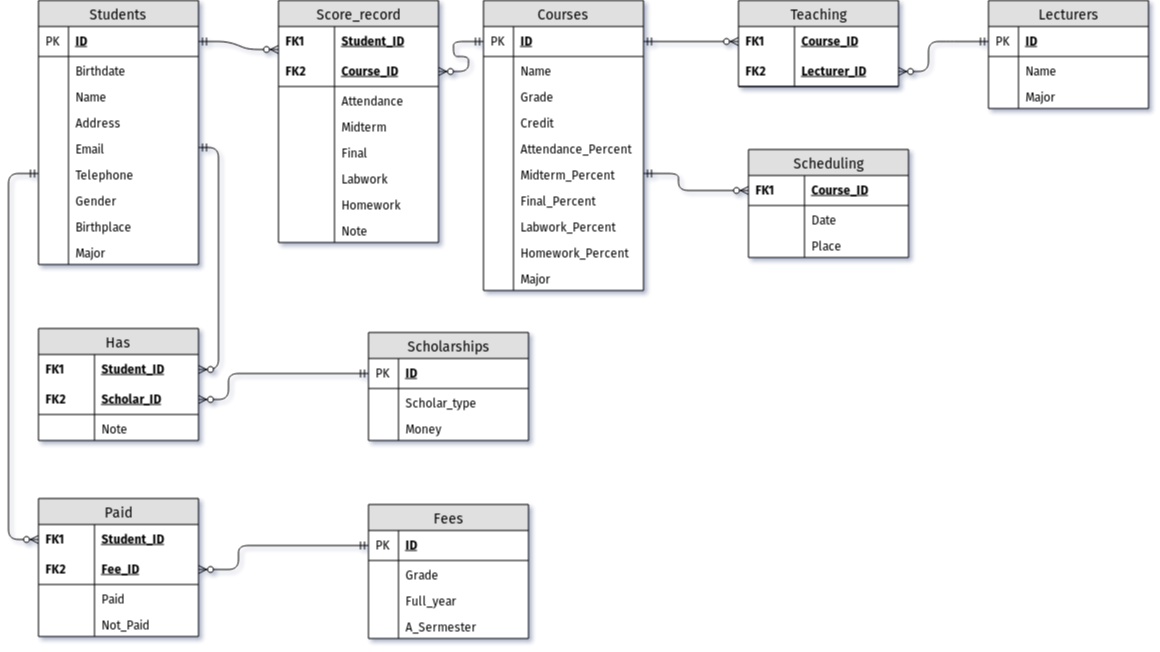
Earlier version of the draw.io export src/Table_diagram.png (larycoder/Database_Project-students_mangement). Source tidied: cells renumbered, new cells last; positions are measured from the earlier drawing's top-left corner, leaving out a move shared by most shapes.
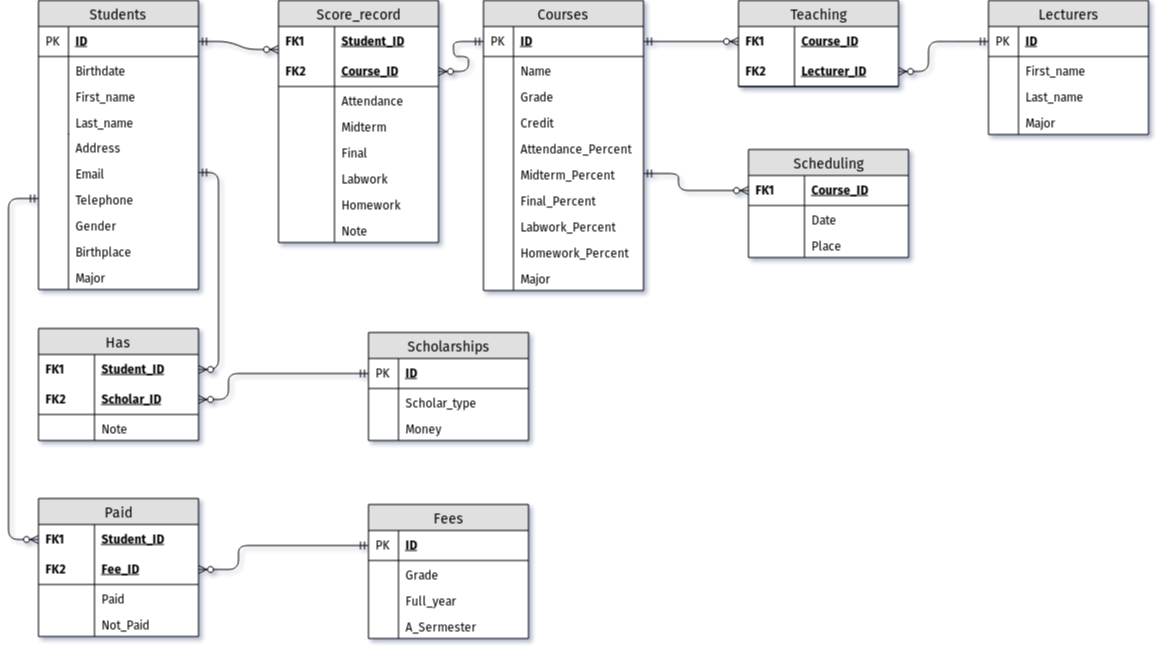
The same file after the commit.

Commit message:
fix name in student and lecturer tables

The edit, as a diff of the source:
```diff
@@ -3,7 +3,7 @@
     <mxCell id="0" />
     <mxCell id="1" parent="0" />
     <mxCell id="2" value="Students" style="swimlane;fontStyle=0;horizontal=1;startSize=26;fillColor=#e0e0e0;swimlaneFillColor=#ffffff;align=center;fontSize=14;" parent="1" vertex="1">
-      <mxGeometry x="30" width="160" height="264" as="geometry" />
+      <mxGeometry x="30" width="160" height="289" as="geometry" />
     </mxCell>
     <mxCell id="3" value="ID" style="shape=partialRectangle;top=0;left=0;right=0;bottom=1;align=left;verticalAlign=middle;fillColor=none;spacingLeft=34;spacingRight=4;overflow=hidden;points=[[0,0.5],[1,0.5]];portConstraint=eastwest;fontStyle=5;fontSize=12;" parent="2" vertex="1">
       <mxGeometry y="26" width="160" height="30" as="geometry" />
@@ -17,44 +17,50 @@
     <mxCell id="6" style="shape=partialRectangle;top=0;left=0;bottom=0;fillColor=none;align=left;verticalAlign=top;spacingLeft=4;spacingRight=4;overflow=hidden;fontSize=12;" parent="5" vertex="1">
       <mxGeometry width="30" height="26" as="geometry" />
     </mxCell>
-    <mxCell id="7" value="Name" style="shape=partialRectangle;top=0;left=0;right=0;bottom=0;align=left;verticalAlign=top;fillColor=none;spacingLeft=34;spacingRight=4;overflow=hidden;fontSize=12;" parent="2" vertex="1">
+    <mxCell id="7" value="First_name" style="shape=partialRectangle;top=0;left=0;right=0;bottom=0;align=left;verticalAlign=top;fillColor=none;spacingLeft=34;spacingRight=4;overflow=hidden;fontSize=12;" parent="2" vertex="1">
       <mxGeometry y="82" width="160" height="26" as="geometry" />
     </mxCell>
     <mxCell id="8" style="shape=partialRectangle;top=0;left=0;bottom=0;fillColor=none;align=left;verticalAlign=top;spacingLeft=4;spacingRight=4;overflow=hidden;fontSize=12;" parent="7" vertex="1">
       <mxGeometry width="30" height="26" as="geometry" />
     </mxCell>
+    <mxCell id="119" value="Last_name" style="shape=partialRectangle;top=0;left=0;right=0;bottom=0;align=left;verticalAlign=top;fillColor=none;spacingLeft=34;spacingRight=4;overflow=hidden;fontSize=12;" parent="2" vertex="1">
+      <mxGeometry y="108" width="160" height="25" as="geometry" />
+    </mxCell>
+    <mxCell id="120" style="shape=partialRectangle;top=0;left=0;bottom=0;fillColor=none;align=left;verticalAlign=top;spacingLeft=4;spacingRight=4;overflow=hidden;fontSize=12;" parent="119" vertex="1">
+      <mxGeometry width="30" height="26" as="geometry" />
+    </mxCell>
     <mxCell id="9" value="Address" style="shape=partialRectangle;top=0;left=0;right=0;bottom=0;align=left;verticalAlign=top;fillColor=none;spacingLeft=34;spacingRight=4;overflow=hidden;fontSize=12;" parent="2" vertex="1">
-      <mxGeometry y="108" width="160" height="26" as="geometry" />
+      <mxGeometry y="133" width="160" height="26" as="geometry" />
     </mxCell>
     <mxCell id="10" style="shape=partialRectangle;top=0;left=0;bottom=0;fillColor=none;align=left;verticalAlign=top;spacingLeft=4;spacingRight=4;overflow=hidden;fontSize=12;" parent="9" vertex="1">
       <mxGeometry width="30" height="26" as="geometry" />
     </mxCell>
     <mxCell id="11" value="Email" style="shape=partialRectangle;top=0;left=0;right=0;bottom=0;align=left;verticalAlign=top;fillColor=none;spacingLeft=34;spacingRight=4;overflow=hidden;points=[[0,0.5],[1,0.5]];portConstraint=eastwest;fontSize=12;" parent="2" vertex="1">
-      <mxGeometry y="134" width="160" height="26" as="geometry" />
+      <mxGeometry y="159" width="160" height="26" as="geometry" />
     </mxCell>
     <mxCell id="12" style="shape=partialRectangle;top=0;left=0;bottom=0;fillColor=none;align=left;verticalAlign=top;spacingLeft=4;spacingRight=4;overflow=hidden;fontSize=12;" parent="11" vertex="1">
       <mxGeometry width="30" height="26" as="geometry" />
     </mxCell>
     <mxCell id="13" value="Telephone" style="shape=partialRectangle;top=0;left=0;right=0;bottom=0;align=left;verticalAlign=top;fillColor=none;spacingLeft=34;spacingRight=4;overflow=hidden;points=[[0,0.5],[1,0.5]];portConstraint=eastwest;fontSize=12;" parent="2" vertex="1">
-      <mxGeometry y="160" width="160" height="26" as="geometry" />
+      <mxGeometry y="185" width="160" height="26" as="geometry" />
     </mxCell>
     <mxCell id="14" style="shape=partialRectangle;top=0;left=0;bottom=0;fillColor=none;align=left;verticalAlign=top;spacingLeft=4;spacingRight=4;overflow=hidden;fontSize=12;" parent="13" vertex="1">
       <mxGeometry width="30" height="26" as="geometry" />
     </mxCell>
     <mxCell id="15" value="Gender" style="shape=partialRectangle;top=0;left=0;right=0;bottom=0;align=left;verticalAlign=top;fillColor=none;spacingLeft=34;spacingRight=4;overflow=hidden;fontSize=12;" parent="2" vertex="1">
-      <mxGeometry y="186" width="160" height="26" as="geometry" />
+      <mxGeometry y="211" width="160" height="26" as="geometry" />
     </mxCell>
     <mxCell id="16" style="shape=partialRectangle;top=0;left=0;bottom=0;fillColor=none;align=left;verticalAlign=top;spacingLeft=4;spacingRight=4;overflow=hidden;fontSize=12;" parent="15" vertex="1">
       <mxGeometry width="30" height="26" as="geometry" />
     </mxCell>
     <mxCell id="17" value="Birthplace" style="shape=partialRectangle;top=0;left=0;right=0;bottom=0;align=left;verticalAlign=top;fillColor=none;spacingLeft=34;spacingRight=4;overflow=hidden;fontSize=12;" parent="2" vertex="1">
-      <mxGeometry y="212" width="160" height="26" as="geometry" />
+      <mxGeometry y="237" width="160" height="26" as="geometry" />
     </mxCell>
     <mxCell id="18" style="shape=partialRectangle;top=0;left=0;bottom=0;fillColor=none;align=left;verticalAlign=top;spacingLeft=4;spacingRight=4;overflow=hidden;fontSize=12;" parent="17" vertex="1">
       <mxGeometry width="30" height="26" as="geometry" />
     </mxCell>
     <mxCell id="19" value="Major" style="shape=partialRectangle;top=0;left=0;right=0;bottom=0;align=left;verticalAlign=top;fillColor=none;spacingLeft=34;spacingRight=4;overflow=hidden;fontSize=12;" parent="2" vertex="1">
-      <mxGeometry y="238" width="160" height="26" as="geometry" />
+      <mxGeometry y="263" width="160" height="26" as="geometry" />
     </mxCell>
     <mxCell id="20" style="shape=partialRectangle;top=0;left=0;bottom=0;fillColor=none;align=left;verticalAlign=top;spacingLeft=4;spacingRight=4;overflow=hidden;fontSize=12;" parent="19" vertex="1">
       <mxGeometry width="30" height="26" as="geometry" />
@@ -123,7 +129,7 @@
       <mxGeometry width="30" height="26" as="geometry" />
     </mxCell>
     <mxCell id="42" value="Lecturers" style="swimlane;fontStyle=0;horizontal=1;startSize=26;fillColor=#e0e0e0;swimlaneFillColor=#ffffff;align=center;fontSize=14;" parent="1" vertex="1">
-      <mxGeometry x="980" width="160" height="108" as="geometry" />
+      <mxGeometry x="980" width="160" height="134" as="geometry" />
     </mxCell>
     <mxCell id="43" value="ID" style="shape=partialRectangle;top=0;left=0;right=0;bottom=1;align=left;verticalAlign=middle;fillColor=none;spacingLeft=34;spacingRight=4;overflow=hidden;points=[[0,0.5],[1,0.5]];portConstraint=eastwest;fontStyle=5;fontSize=12;" parent="42" vertex="1">
       <mxGeometry y="26" width="160" height="30" as="geometry" />
@@ -131,14 +137,20 @@
     <mxCell id="44" value="PK" style="shape=partialRectangle;top=0;left=0;bottom=0;fillColor=none;align=left;verticalAlign=middle;spacingLeft=4;spacingRight=4;overflow=hidden;fontSize=12;" parent="43" vertex="1">
       <mxGeometry width="30" height="30" as="geometry" />
     </mxCell>
-    <mxCell id="45" value="Name" style="shape=partialRectangle;top=0;left=0;right=0;bottom=0;align=left;verticalAlign=top;fillColor=none;spacingLeft=34;spacingRight=4;overflow=hidden;fontSize=12;" parent="42" vertex="1">
+    <mxCell id="45" value="First_name" style="shape=partialRectangle;top=0;left=0;right=0;bottom=0;align=left;verticalAlign=top;fillColor=none;spacingLeft=34;spacingRight=4;overflow=hidden;fontSize=12;" parent="42" vertex="1">
       <mxGeometry y="56" width="160" height="26" as="geometry" />
     </mxCell>
     <mxCell id="46" style="shape=partialRectangle;top=0;left=0;bottom=0;fillColor=none;align=left;verticalAlign=top;spacingLeft=4;spacingRight=4;overflow=hidden;fontSize=12;" parent="45" vertex="1">
       <mxGeometry width="30" height="26" as="geometry" />
     </mxCell>
+    <mxCell id="121" value="Last_name" style="shape=partialRectangle;top=0;left=0;right=0;bottom=0;align=left;verticalAlign=top;fillColor=none;spacingLeft=34;spacingRight=4;overflow=hidden;fontSize=12;" parent="42" vertex="1">
+      <mxGeometry y="82" width="160" height="26" as="geometry" />
+    </mxCell>
+    <mxCell id="122" style="shape=partialRectangle;top=0;left=0;bottom=0;fillColor=none;align=left;verticalAlign=top;spacingLeft=4;spacingRight=4;overflow=hidden;fontSize=12;" parent="121" vertex="1">
+      <mxGeometry width="30" height="26" as="geometry" />
+    </mxCell>
     <mxCell id="47" value="Major" style="shape=partialRectangle;top=0;left=0;right=0;bottom=0;align=left;verticalAlign=top;fillColor=none;spacingLeft=34;spacingRight=4;overflow=hidden;fontSize=12;" parent="42" vertex="1">
-      <mxGeometry y="82" width="160" height="26" as="geometry" />
+      <mxGeometry y="108" width="160" height="26" as="geometry" />
     </mxCell>
     <mxCell id="48" style="shape=partialRectangle;top=0;left=0;bottom=0;fillColor=none;align=left;verticalAlign=top;spacingLeft=4;spacingRight=4;overflow=hidden;fontSize=12;" parent="47" vertex="1">
       <mxGeometry width="30" height="26" as="geometry" />
@@ -337,7 +349,7 @@
         <Array as="points">
           <mxPoint x="210" y="369" />
           <mxPoint x="210" y="300" />
-          <mxPoint x="210" y="147" />
+          <mxPoint x="210" y="172" />
         </Array>
       </mxGeometry>
     </mxCell>
@@ -346,7 +358,7 @@
         <Array as="points">
           <mxPoint y="539" />
           <mxPoint y="400" />
-          <mxPoint y="173" />
+          <mxPoint y="198" />
         </Array>
       </mxGeometry>
     </mxCell>
```
